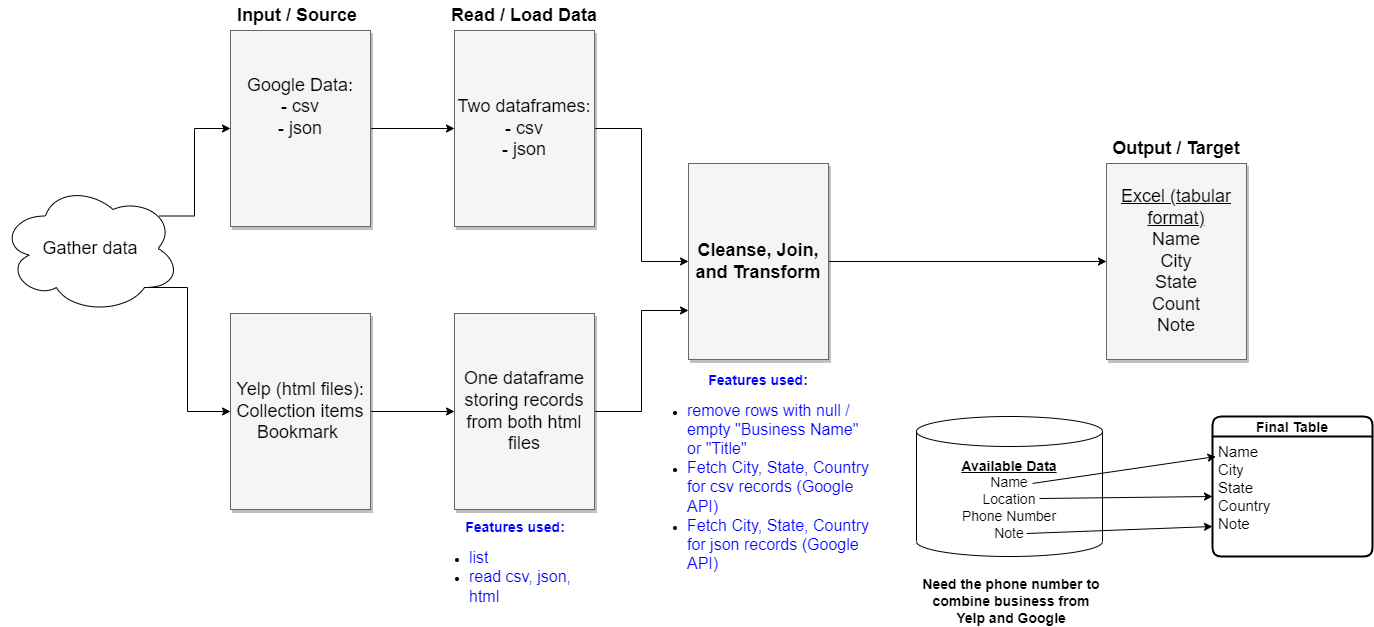
The draw.io diagram Project Diagram.drawio.png in mary-vo/my-google-and-yelp-places, before a commit. Source tidied: cells renumbered, new cells last; positions are measured from the earlier drawing's top-left corner, leaving out a move shared by most shapes.
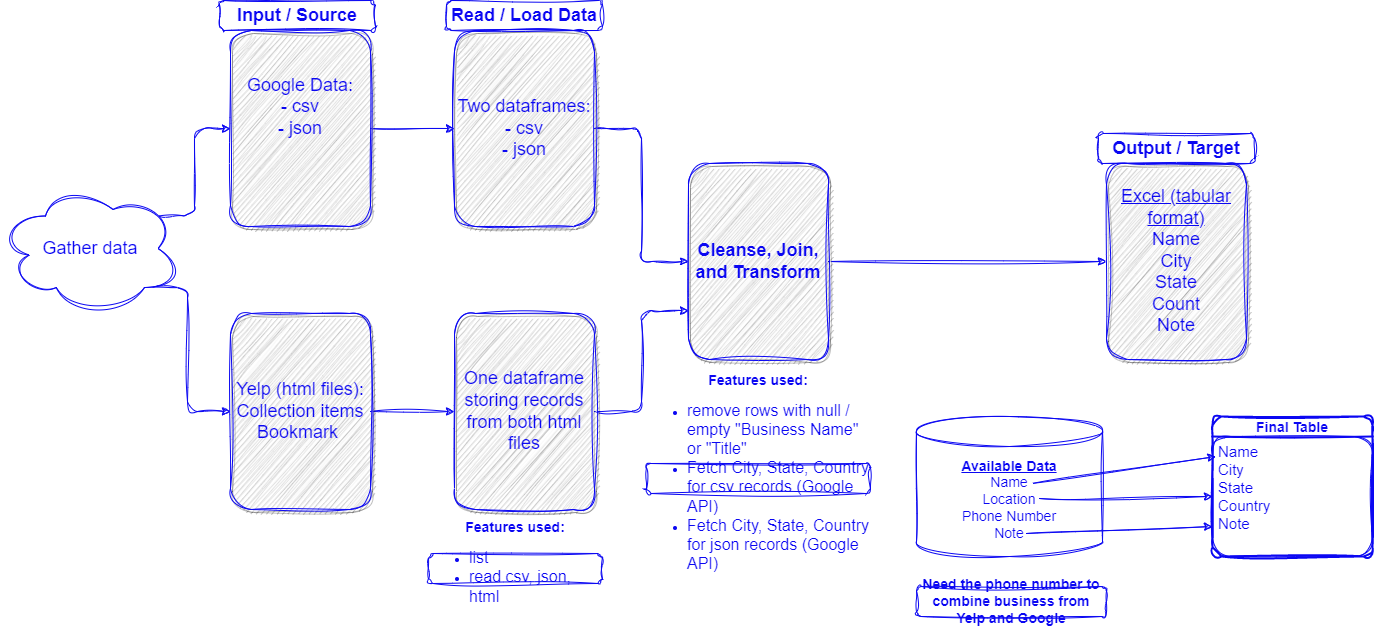
The same diagram one commit later.

The edit, as a diff of the source:
```diff
@@ -1,87 +1,87 @@
-<mxGraphModel>
+<mxGraphModel background="#ffffff">
   <root>
     <mxCell id="0" style="html=1;" />
     <mxCell id="1" style="html=1;" parent="0" />
-    <mxCell id="2" style="edgeStyle=none;rounded=0;jettySize=auto;html=1;exitX=1;exitY=0.5;exitDx=0;exitDy=0;entryX=0;entryY=0.5;entryDx=0;entryDy=0;" parent="1" edge="1" source="3" target="8">
+    <mxCell id="2" style="edgeStyle=none;rounded=1;jettySize=auto;html=1;exitX=1;exitY=0.5;exitDx=0;exitDy=0;entryX=0;entryY=0.5;entryDx=0;entryDy=0;sketch=1;curveFitting=1;jiggle=2;strokeColor=#0b07f2;fontColor=#0b07f2;" parent="1" edge="1" source="3" target="8">
       <mxGeometry relative="1" as="geometry" />
     </mxCell>
-    <mxCell id="3" value="Google Data:&lt;br style=&quot;border-color: var(--border-color);&quot;&gt;- csv&lt;br&gt;- json&lt;br&gt;&lt;br&gt;&amp;nbsp;" style="whiteSpace=wrap;html=1;shadow=1;fontSize=18;fillColor=#f5f5f5;strokeColor=#666666;" parent="1" vertex="1">
+    <mxCell id="3" value="Google Data:&lt;br style=&quot;border-color: var(--border-color);&quot;&gt;- csv&lt;br&gt;- json&lt;br&gt;&lt;br&gt;&amp;nbsp;" style="whiteSpace=wrap;html=1;shadow=1;fontSize=18;fillColor=#f5f5f5;strokeColor=#0b07f2;rounded=1;sketch=1;curveFitting=1;jiggle=2;fontColor=#0b07f2;" parent="1" vertex="1">
       <mxGeometry x="230" y="30" width="140" height="196" as="geometry" />
     </mxCell>
-    <mxCell id="4" value="&lt;b&gt;Input / Source&lt;/b&gt;" style="text;strokeColor=none;align=center;fillColor=none;html=1;verticalAlign=middle;whiteSpace=wrap;rounded=0;fontSize=18;" parent="1" vertex="1">
+    <mxCell id="4" value="&lt;b&gt;Input / Source&lt;/b&gt;" style="text;strokeColor=#0b07f2;align=center;fillColor=none;html=1;verticalAlign=middle;whiteSpace=wrap;rounded=1;fontSize=18;sketch=1;curveFitting=1;jiggle=2;fontColor=#0b07f2;" parent="1" vertex="1">
       <mxGeometry x="219" width="156" height="30" as="geometry" />
     </mxCell>
-    <mxCell id="5" style="edgeStyle=orthogonalEdgeStyle;rounded=0;jettySize=auto;html=1;exitX=1;exitY=0.5;exitDx=0;exitDy=0;entryX=0;entryY=0.5;entryDx=0;entryDy=0;" parent="1" edge="1" source="6" target="10">
+    <mxCell id="5" style="edgeStyle=orthogonalEdgeStyle;rounded=1;jettySize=auto;html=1;exitX=1;exitY=0.5;exitDx=0;exitDy=0;entryX=0;entryY=0.5;entryDx=0;entryDy=0;sketch=1;curveFitting=1;jiggle=2;strokeColor=#0b07f2;fontColor=#0b07f2;" parent="1" edge="1" source="6" target="10">
       <mxGeometry relative="1" as="geometry" />
     </mxCell>
-    <mxCell id="6" value="Yelp (html files):&lt;br&gt;Collection items&lt;br&gt;Bookmark&amp;nbsp;" style="whiteSpace=wrap;html=1;shadow=1;fontSize=18;fillColor=#f5f5f5;strokeColor=#666666;" parent="1" vertex="1">
+    <mxCell id="6" value="Yelp (html files):&lt;br&gt;Collection items&lt;br&gt;Bookmark&amp;nbsp;" style="whiteSpace=wrap;html=1;shadow=1;fontSize=18;fillColor=#f5f5f5;strokeColor=#0b07f2;rounded=1;sketch=1;curveFitting=1;jiggle=2;fontColor=#0b07f2;" parent="1" vertex="1">
       <mxGeometry x="230" y="313" width="140" height="196" as="geometry" />
     </mxCell>
-    <mxCell id="7" style="edgeStyle=orthogonalEdgeStyle;rounded=0;jettySize=auto;html=1;exitX=1;exitY=0.5;exitDx=0;exitDy=0;entryX=0;entryY=0.5;entryDx=0;entryDy=0;" parent="1" edge="1" source="8" target="12">
+    <mxCell id="7" style="edgeStyle=orthogonalEdgeStyle;rounded=1;jettySize=auto;html=1;exitX=1;exitY=0.5;exitDx=0;exitDy=0;entryX=0;entryY=0.5;entryDx=0;entryDy=0;sketch=1;curveFitting=1;jiggle=2;strokeColor=#0b07f2;fontColor=#0b07f2;" parent="1" edge="1" source="8" target="12">
       <mxGeometry relative="1" as="geometry" />
     </mxCell>
-    <mxCell id="8" value="Two dataframes:&lt;br&gt;- csv&lt;br&gt;- json" style="whiteSpace=wrap;html=1;shadow=1;fontSize=18;fillColor=#f5f5f5;strokeColor=#666666;" parent="1" vertex="1">
+    <mxCell id="8" value="Two dataframes:&lt;br&gt;- csv&lt;br&gt;- json" style="whiteSpace=wrap;html=1;shadow=1;fontSize=18;fillColor=#f5f5f5;strokeColor=#0b07f2;rounded=1;sketch=1;curveFitting=1;jiggle=2;fontColor=#0b07f2;" parent="1" vertex="1">
       <mxGeometry x="454" y="30" width="140" height="196" as="geometry" />
     </mxCell>
-    <mxCell id="9" style="edgeStyle=orthogonalEdgeStyle;rounded=0;jettySize=auto;html=1;exitX=1;exitY=0.5;exitDx=0;exitDy=0;entryX=0;entryY=0.75;entryDx=0;entryDy=0;" parent="1" edge="1" source="10" target="12">
+    <mxCell id="9" style="edgeStyle=orthogonalEdgeStyle;rounded=1;jettySize=auto;html=1;exitX=1;exitY=0.5;exitDx=0;exitDy=0;entryX=0;entryY=0.75;entryDx=0;entryDy=0;sketch=1;curveFitting=1;jiggle=2;strokeColor=#0b07f2;fontColor=#0b07f2;" parent="1" edge="1" source="10" target="12">
       <mxGeometry relative="1" as="geometry" />
     </mxCell>
-    <mxCell id="10" value="One dataframe&lt;br&gt;storing records from both html files" style="whiteSpace=wrap;html=1;shadow=1;fontSize=18;fillColor=#f5f5f5;strokeColor=#666666;" parent="1" vertex="1">
+    <mxCell id="10" value="One dataframe&lt;br&gt;storing records from both html files" style="whiteSpace=wrap;html=1;shadow=1;fontSize=18;fillColor=#f5f5f5;strokeColor=#0b07f2;rounded=1;sketch=1;curveFitting=1;jiggle=2;fontColor=#0b07f2;" parent="1" vertex="1">
       <mxGeometry x="454" y="313" width="140" height="196" as="geometry" />
     </mxCell>
-    <mxCell id="11" style="edgeStyle=orthogonalEdgeStyle;rounded=0;jettySize=auto;html=1;exitX=1;exitY=0.5;exitDx=0;exitDy=0;" parent="1" edge="1" source="12" target="13">
+    <mxCell id="11" style="edgeStyle=orthogonalEdgeStyle;rounded=1;jettySize=auto;html=1;exitX=1;exitY=0.5;exitDx=0;exitDy=0;sketch=1;curveFitting=1;jiggle=2;strokeColor=#0b07f2;fontColor=#0b07f2;" parent="1" edge="1" source="12" target="13">
       <mxGeometry relative="1" as="geometry" />
     </mxCell>
-    <mxCell id="12" value="&lt;b&gt;Cleanse, Join, and Transform&lt;/b&gt;" style="whiteSpace=wrap;html=1;shadow=1;fontSize=18;fillColor=#f5f5f5;strokeColor=#666666;" parent="1" vertex="1">
+    <mxCell id="12" value="&lt;b&gt;Cleanse, Join, and Transform&lt;/b&gt;" style="whiteSpace=wrap;html=1;shadow=1;fontSize=18;fillColor=#f5f5f5;strokeColor=#0b07f2;rounded=1;sketch=1;curveFitting=1;jiggle=2;fontColor=#0b07f2;" parent="1" vertex="1">
       <mxGeometry x="688" y="163" width="140" height="196" as="geometry" />
     </mxCell>
-    <mxCell id="13" value="&lt;span style=&quot;text-decoration-line: underline;&quot;&gt;Excel (tabular format)&lt;/span&gt;&lt;br&gt;Name&lt;br&gt;City&lt;br&gt;State&lt;br&gt;Count&lt;br&gt;Note" style="whiteSpace=wrap;html=1;shadow=1;fontSize=18;fillColor=#f5f5f5;strokeColor=#666666;" parent="1" vertex="1">
+    <mxCell id="13" value="&lt;span style=&quot;text-decoration-line: underline;&quot;&gt;Excel (tabular format)&lt;/span&gt;&lt;br&gt;Name&lt;br&gt;City&lt;br&gt;State&lt;br&gt;Count&lt;br&gt;Note" style="whiteSpace=wrap;html=1;shadow=1;fontSize=18;fillColor=#f5f5f5;strokeColor=#0b07f2;rounded=1;sketch=1;curveFitting=1;jiggle=2;fontColor=#0b07f2;" parent="1" vertex="1">
       <mxGeometry x="1106" y="163" width="140" height="196" as="geometry" />
     </mxCell>
-    <mxCell id="14" style="edgeStyle=elbowEdgeStyle;rounded=0;jettySize=auto;html=1;exitX=0.88;exitY=0.25;exitDx=0;exitDy=0;exitPerimeter=0;entryX=0;entryY=0.5;entryDx=0;entryDy=0;" parent="1" edge="1" source="16" target="3">
+    <mxCell id="14" style="edgeStyle=elbowEdgeStyle;rounded=1;jettySize=auto;html=1;exitX=0.88;exitY=0.25;exitDx=0;exitDy=0;exitPerimeter=0;entryX=0;entryY=0.5;entryDx=0;entryDy=0;sketch=1;curveFitting=1;jiggle=2;strokeColor=#0b07f2;fontColor=#0b07f2;" parent="1" edge="1" source="16" target="3">
       <mxGeometry relative="1" as="geometry" />
     </mxCell>
-    <mxCell id="15" style="edgeStyle=elbowEdgeStyle;rounded=0;jettySize=auto;html=1;exitX=0.8;exitY=0.8;exitDx=0;exitDy=0;exitPerimeter=0;entryX=0;entryY=0.5;entryDx=0;entryDy=0;" parent="1" edge="1" source="16" target="6">
+    <mxCell id="15" style="edgeStyle=elbowEdgeStyle;rounded=1;jettySize=auto;html=1;exitX=0.8;exitY=0.8;exitDx=0;exitDy=0;exitPerimeter=0;entryX=0;entryY=0.5;entryDx=0;entryDy=0;sketch=1;curveFitting=1;jiggle=2;strokeColor=#0b07f2;fontColor=#0b07f2;" parent="1" edge="1" source="16" target="6">
       <mxGeometry relative="1" as="geometry" />
     </mxCell>
-    <mxCell id="16" value="&lt;font style=&quot;font-size: 18px;&quot;&gt;Gather data&lt;/font&gt;" style="ellipse;shape=cloud;whiteSpace=wrap;html=1;" parent="1" vertex="1">
+    <mxCell id="16" value="&lt;font style=&quot;font-size: 18px;&quot;&gt;Gather data&lt;/font&gt;" style="ellipse;shape=cloud;whiteSpace=wrap;html=1;rounded=1;sketch=1;curveFitting=1;jiggle=2;strokeColor=#0b07f2;fontColor=#0b07f2;" parent="1" vertex="1">
       <mxGeometry y="183" width="180" height="130" as="geometry" />
     </mxCell>
-    <mxCell id="17" value="&lt;b&gt;Read / Load Data&lt;/b&gt;" style="text;strokeColor=none;align=center;fillColor=none;html=1;verticalAlign=middle;whiteSpace=wrap;rounded=0;fontSize=18;" parent="1" vertex="1">
+    <mxCell id="17" value="&lt;b&gt;Read / Load Data&lt;/b&gt;" style="text;strokeColor=#0b07f2;align=center;fillColor=none;html=1;verticalAlign=middle;whiteSpace=wrap;rounded=1;fontSize=18;sketch=1;curveFitting=1;jiggle=2;fontColor=#0b07f2;" parent="1" vertex="1">
       <mxGeometry x="446" width="156" height="30" as="geometry" />
     </mxCell>
-    <mxCell id="18" value="&lt;b&gt;Output / Target&lt;/b&gt;" style="text;strokeColor=none;align=center;fillColor=none;html=1;verticalAlign=middle;whiteSpace=wrap;rounded=0;fontSize=18;" parent="1" vertex="1">
+    <mxCell id="18" value="&lt;b&gt;Output / Target&lt;/b&gt;" style="text;strokeColor=#0b07f2;align=center;fillColor=none;html=1;verticalAlign=middle;whiteSpace=wrap;rounded=1;fontSize=18;sketch=1;curveFitting=1;jiggle=2;fontColor=#0b07f2;" parent="1" vertex="1">
       <mxGeometry x="1098" y="133" width="156" height="30" as="geometry" />
     </mxCell>
-    <mxCell id="19" value="&lt;font style=&quot;font-size: 14px;&quot;&gt;&lt;b&gt;&lt;u&gt;Available Data&lt;/u&gt;&lt;/b&gt;&lt;br&gt;Name&lt;br&gt;Location&lt;br&gt;Phone Number&lt;br&gt;Note&lt;br&gt;&lt;/font&gt;" style="shape=cylinder3;whiteSpace=wrap;html=1;boundedLbl=1;backgroundOutline=1;size=15;" parent="1" vertex="1">
+    <mxCell id="19" value="&lt;font style=&quot;font-size: 14px;&quot;&gt;&lt;b&gt;&lt;u&gt;Available Data&lt;/u&gt;&lt;/b&gt;&lt;br&gt;Name&lt;br&gt;Location&lt;br&gt;Phone Number&lt;br&gt;Note&lt;br&gt;&lt;/font&gt;" style="shape=cylinder3;whiteSpace=wrap;html=1;boundedLbl=1;backgroundOutline=1;size=15;rounded=1;sketch=1;curveFitting=1;jiggle=2;strokeColor=#0b07f2;fontColor=#0b07f2;" parent="1" vertex="1">
       <mxGeometry x="916" y="416" width="186" height="140" as="geometry" />
     </mxCell>
-    <mxCell id="20" value="Final Table" style="swimlane;horizontal=1;startSize=20;rounded=1;fontSize=14;fontStyle=1;strokeWidth=2;shadow=0;dashed=0;align=center;" parent="1" vertex="1">
+    <mxCell id="20" value="Final Table" style="swimlane;horizontal=1;startSize=20;rounded=1;fontSize=14;fontStyle=1;strokeWidth=2;shadow=0;dashed=0;align=center;sketch=1;curveFitting=1;jiggle=2;strokeColor=#0b07f2;fontColor=#0b07f2;" parent="1" vertex="1">
       <mxGeometry x="1212" y="416" width="160" height="140" as="geometry" />
     </mxCell>
-    <mxCell id="21" value="Name&#10;City&#10;State&#10;Country&#10;Note" style="align=left;strokeColor=none;fillColor=none;spacingLeft=4;fontSize=15;verticalAlign=top;" parent="20" vertex="1">
+    <mxCell id="21" value="Name&#10;City&#10;State&#10;Country&#10;Note" style="align=left;strokeColor=#0b07f2;fillColor=none;spacingLeft=4;fontSize=15;verticalAlign=top;rounded=1;sketch=1;curveFitting=1;jiggle=2;fontColor=#0b07f2;" parent="20" vertex="1">
       <mxGeometry y="20" width="160" height="120" as="geometry" />
     </mxCell>
-    <mxCell id="22" style="endArrow=classic;html=1;rounded=0;fontSize=14;entryX=0;entryY=0.5;entryDx=0;entryDy=0;" parent="1" edge="1" target="21">
+    <mxCell id="22" style="endArrow=classic;html=1;rounded=1;fontSize=14;entryX=0;entryY=0.5;entryDx=0;entryDy=0;sketch=1;curveFitting=1;jiggle=2;strokeColor=#0b07f2;fontColor=#0b07f2;" parent="1" edge="1" target="21">
       <mxGeometry relative="1" as="geometry">
         <mxPoint x="1039" y="498" as="sourcePoint" />
       </mxGeometry>
     </mxCell>
-    <mxCell id="23" style="endArrow=classic;html=1;rounded=0;fontSize=14;exitX=0.624;exitY=0.478;exitDx=0;exitDy=0;exitPerimeter=0;entryX=0.022;entryY=0.167;entryDx=0;entryDy=0;entryPerimeter=0;" parent="1" edge="1" source="19" target="21">
+    <mxCell id="23" style="endArrow=classic;html=1;rounded=1;fontSize=14;exitX=0.624;exitY=0.478;exitDx=0;exitDy=0;exitPerimeter=0;entryX=0.022;entryY=0.167;entryDx=0;entryDy=0;entryPerimeter=0;sketch=1;curveFitting=1;jiggle=2;strokeColor=#0b07f2;fontColor=#0b07f2;" parent="1" edge="1" source="19" target="21">
       <mxGeometry relative="1" as="geometry" />
     </mxCell>
-    <mxCell id="24" style="endArrow=classic;html=1;rounded=0;fontSize=14;entryX=0;entryY=0.75;entryDx=0;entryDy=0;" parent="1" edge="1" target="21">
+    <mxCell id="24" style="endArrow=classic;html=1;rounded=1;fontSize=14;entryX=0;entryY=0.75;entryDx=0;entryDy=0;sketch=1;curveFitting=1;jiggle=2;strokeColor=#0b07f2;fontColor=#0b07f2;" parent="1" edge="1" target="21">
       <mxGeometry relative="1" as="geometry">
         <mxPoint x="1026" y="533" as="sourcePoint" />
       </mxGeometry>
     </mxCell>
-    <mxCell id="25" value="Need the phone number to combine business from Yelp and Google" style="text;strokeColor=none;align=center;fillColor=none;html=1;verticalAlign=middle;whiteSpace=wrap;rounded=0;fontSize=14;fontStyle=1;" parent="1" vertex="1">
+    <mxCell id="25" value="Need the phone number to combine business from Yelp and Google" style="text;strokeColor=#0b07f2;align=center;fillColor=none;html=1;verticalAlign=middle;whiteSpace=wrap;rounded=1;fontSize=14;fontStyle=1;sketch=1;curveFitting=1;jiggle=2;fontColor=#0b07f2;" parent="1" vertex="1">
       <mxGeometry x="916" y="586" width="190" height="30" as="geometry" />
     </mxCell>
-    <mxCell id="26" value="&lt;font color=&quot;#0000ff&quot; style=&quot;font-size: 14px;&quot;&gt;&lt;b&gt;Features used:&lt;/b&gt;&lt;br&gt;&lt;/font&gt;&lt;ul&gt;&lt;li style=&quot;text-align: left;&quot;&gt;&lt;font size=&quot;3&quot; color=&quot;#0000ff&quot;&gt;remove rows with null / empty &quot;Business Name&quot; or &quot;Title&quot;&amp;nbsp;&lt;/font&gt;&lt;/li&gt;&lt;li style=&quot;text-align: left;&quot;&gt;&lt;font size=&quot;3&quot; color=&quot;#0000ff&quot;&gt;Fetch City, State, Country for csv records (Google API)&lt;/font&gt;&lt;/li&gt;&lt;li style=&quot;border-color: var(--border-color); text-align: left;&quot;&gt;&lt;font style=&quot;border-color: var(--border-color);&quot; size=&quot;3&quot; color=&quot;#0000ff&quot;&gt;Fetch City, State, Country for json records (Google API)&lt;/font&gt;&lt;/li&gt;&lt;/ul&gt;" style="text;strokeColor=none;align=center;fillColor=none;html=1;verticalAlign=middle;whiteSpace=wrap;rounded=0;" parent="1" vertex="1">
+    <mxCell id="26" value="&lt;font style=&quot;font-size: 14px;&quot;&gt;&lt;b&gt;Features used:&lt;/b&gt;&lt;br&gt;&lt;/font&gt;&lt;ul&gt;&lt;li style=&quot;text-align: left;&quot;&gt;&lt;font size=&quot;3&quot;&gt;remove rows with null / empty &quot;Business Name&quot; or &quot;Title&quot;&amp;nbsp;&lt;/font&gt;&lt;/li&gt;&lt;li style=&quot;text-align: left;&quot;&gt;&lt;font size=&quot;3&quot;&gt;Fetch City, State, Country for csv records (Google API)&lt;/font&gt;&lt;/li&gt;&lt;li style=&quot;border-color: var(--border-color); text-align: left;&quot;&gt;&lt;font style=&quot;border-color: var(--border-color);&quot; size=&quot;3&quot;&gt;Fetch City, State, Country for json records (Google API)&lt;/font&gt;&lt;/li&gt;&lt;/ul&gt;" style="text;strokeColor=#0b07f2;align=center;fillColor=none;html=1;verticalAlign=middle;whiteSpace=wrap;rounded=1;sketch=1;curveFitting=1;jiggle=2;fontColor=#0b07f2;" parent="1" vertex="1">
       <mxGeometry x="646" y="463" width="224" height="30" as="geometry" />
     </mxCell>
-    <mxCell id="27" value="&lt;font color=&quot;#0000ff&quot; style=&quot;font-size: 14px;&quot;&gt;&lt;b&gt;Features used:&lt;/b&gt;&lt;br&gt;&lt;/font&gt;&lt;ul&gt;&lt;li style=&quot;text-align: left;&quot;&gt;&lt;font color=&quot;#0000ff&quot; size=&quot;3&quot;&gt;list&lt;/font&gt;&lt;/li&gt;&lt;li style=&quot;text-align: left;&quot;&gt;&lt;font color=&quot;#0000ff&quot; size=&quot;3&quot;&gt;read csv, json, html&lt;/font&gt;&lt;/li&gt;&lt;/ul&gt;" style="text;strokeColor=none;align=center;fillColor=none;html=1;verticalAlign=middle;whiteSpace=wrap;rounded=0;" parent="1" vertex="1">
+    <mxCell id="27" value="&lt;font style=&quot;font-size: 14px;&quot;&gt;&lt;b&gt;Features used:&lt;/b&gt;&lt;br&gt;&lt;/font&gt;&lt;ul&gt;&lt;li style=&quot;text-align: left;&quot;&gt;&lt;font size=&quot;3&quot;&gt;list&lt;/font&gt;&lt;/li&gt;&lt;li style=&quot;text-align: left;&quot;&gt;&lt;font size=&quot;3&quot;&gt;read csv, json, html&lt;/font&gt;&lt;/li&gt;&lt;/ul&gt;" style="text;strokeColor=#0b07f2;align=center;fillColor=none;html=1;verticalAlign=middle;whiteSpace=wrap;rounded=1;sketch=1;curveFitting=1;jiggle=2;fontColor=#0b07f2;" parent="1" vertex="1">
       <mxGeometry x="428" y="553" width="174" height="30" as="geometry" />
     </mxCell>
   </root>
```
